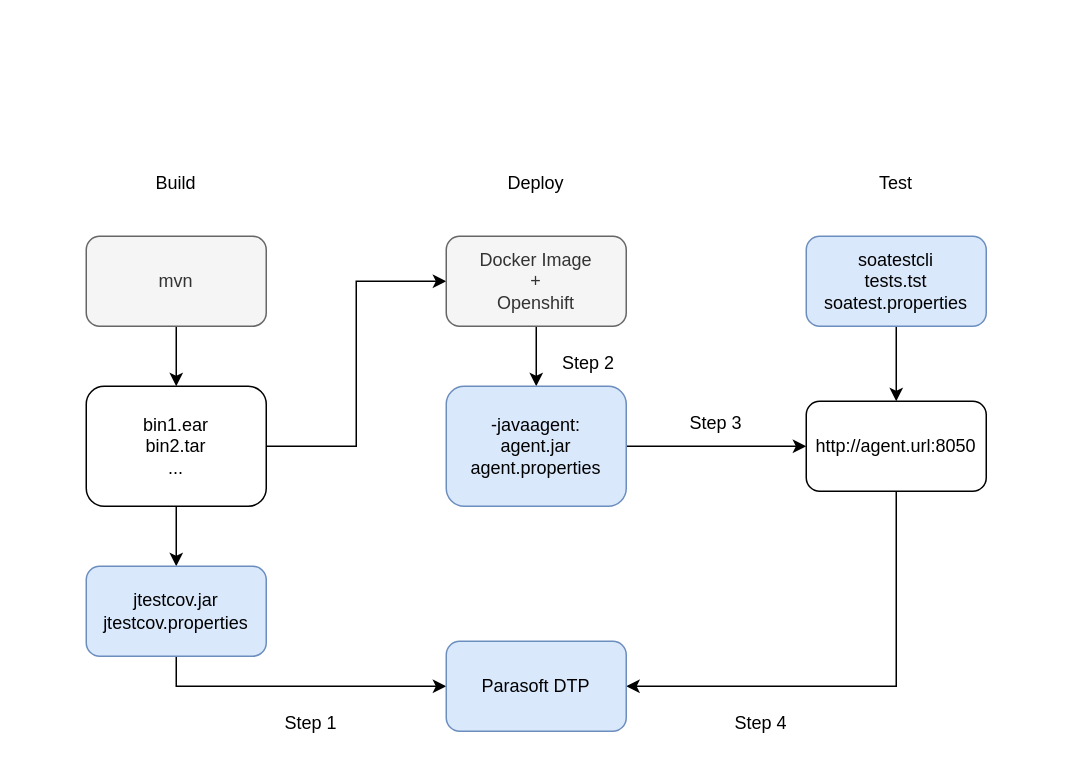
Earlier version of the draw.io diagram cc_poc_mono.drawio (gtrofimov/draw-io-projects). Source tidied: cells renumbered, new cells numbered last; positions are measured from the earlier drawing's top-left corner, leaving out a move shared by most shapes. Both pictures are drawn from the tidied source at 150%, with x=0, y=0 at pixel (86, 160).
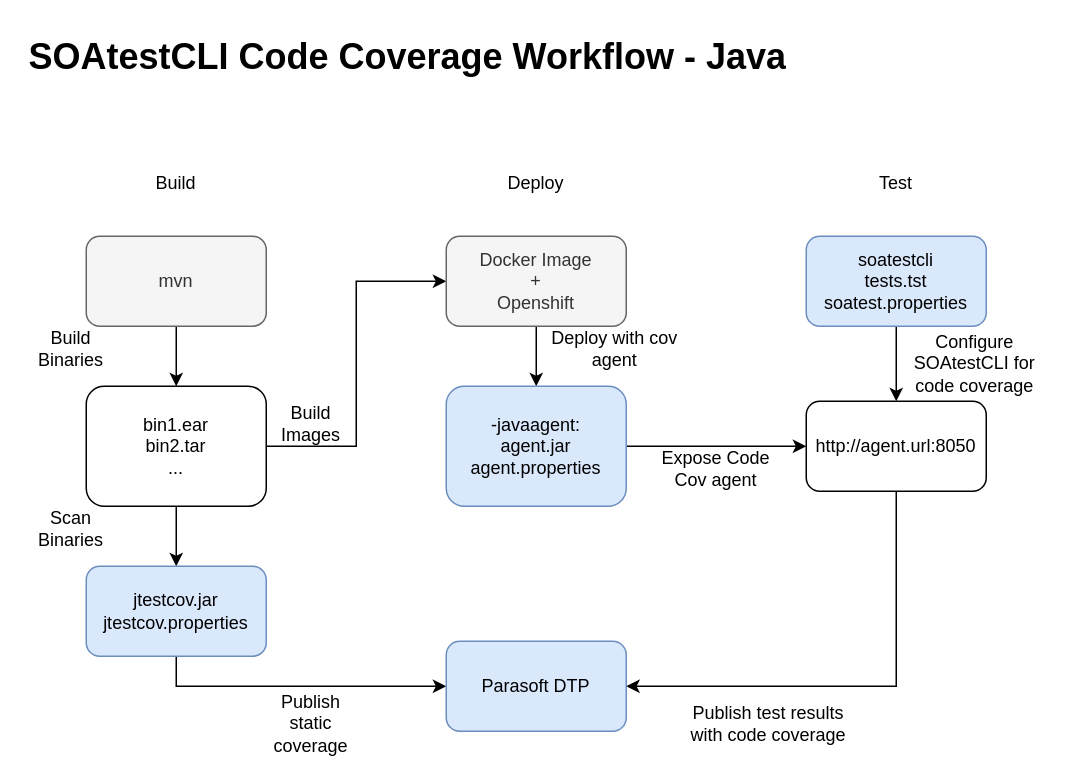
The same diagram, later.

The edit, as a diff of the source:
```diff
@@
-    <mxCell id="21" value="Step 1" style="text;html=1;align=center;verticalAlign=middle;whiteSpace=wrap;rounded=0;" parent="1" vertex="1">
-      <mxGeometry x="120" y="360" width="60" height="30" as="geometry" />
-    </mxCell>
-    <mxCell id="22" value="Step 2" style="text;html=1;align=center;verticalAlign=middle;whiteSpace=wrap;rounded=0;" parent="1" vertex="1">
-      <mxGeometry x="305" y="120" width="60" height="30" as="geometry" />
-    </mxCell>
-    <mxCell id="23" value="Step 3" style="text;html=1;align=center;verticalAlign=middle;whiteSpace=wrap;rounded=0;" parent="1" vertex="1">
-      <mxGeometry x="390" y="160" width="60" height="30" as="geometry" />
-    </mxCell>
-    <mxCell id="24" value="Step 4" style="text;html=1;align=center;verticalAlign=middle;whiteSpace=wrap;rounded=0;" parent="1" vertex="1">
-      <mxGeometry x="420" y="360" width="60" height="30" as="geometry" />
+    <mxCell id="24" value="Publish test results with code coverage" style="text;html=1;align=center;verticalAlign=middle;whiteSpace=wrap;rounded=0;" parent="1" vertex="1">
+      <mxGeometry x="400" y="360" width="110" height="30" as="geometry" />
     </mxCell>
+    <mxCell id="25" value="Build Binaries" style="text;html=1;align=center;verticalAlign=middle;whiteSpace=wrap;rounded=0;" parent="1" vertex="1">
+      <mxGeometry x="-40" y="110" width="60" height="30" as="geometry" />
+    </mxCell>
+    <mxCell id="26" value="Scan&lt;div&gt;Binaries&lt;/div&gt;" style="text;html=1;align=center;verticalAlign=middle;whiteSpace=wrap;rounded=0;" parent="1" vertex="1">
+      <mxGeometry x="-40" y="230" width="60" height="30" as="geometry" />
+    </mxCell>
+    <mxCell id="27" value="Publish static coverage" style="text;html=1;align=center;verticalAlign=middle;whiteSpace=wrap;rounded=0;" parent="1" vertex="1">
+      <mxGeometry x="120" y="360" width="60" height="30" as="geometry" />
+    </mxCell>
+    <mxCell id="28" value="Build Images" style="text;html=1;align=center;verticalAlign=middle;whiteSpace=wrap;rounded=0;" parent="1" vertex="1">
+      <mxGeometry x="120" y="160" width="60" height="30" as="geometry" />
+    </mxCell>
+    <mxCell id="29" value="Deploy with cov agent" style="text;html=1;align=center;verticalAlign=middle;whiteSpace=wrap;rounded=0;" parent="1" vertex="1">
+      <mxGeometry x="300" y="110" width="105" height="30" as="geometry" />
+    </mxCell>
+    <mxCell id="30" value="Configure SOAtestCLI for code coverage" style="text;html=1;align=center;verticalAlign=middle;whiteSpace=wrap;rounded=0;" parent="1" vertex="1">
+      <mxGeometry x="540" y="120" width="105" height="30" as="geometry" />
+    </mxCell>
+    <mxCell id="31" value="Expose Code Cov agent" style="text;html=1;align=center;verticalAlign=middle;whiteSpace=wrap;rounded=0;" parent="1" vertex="1">
+      <mxGeometry x="380" y="190" width="80" height="30" as="geometry" />
+    </mxCell>
+    <mxCell id="32" value="&lt;h1 style=&quot;margin-top: 0px;&quot;&gt;SOAtestCLI Code Coverage Workflow - Java&lt;/h1&gt;" style="text;html=1;whiteSpace=wrap;overflow=hidden;rounded=0;" parent="1" vertex="1">
+      <mxGeometry x="-40" y="-90" width="530" height="120" as="geometry" />
+    </mxCell>
```
